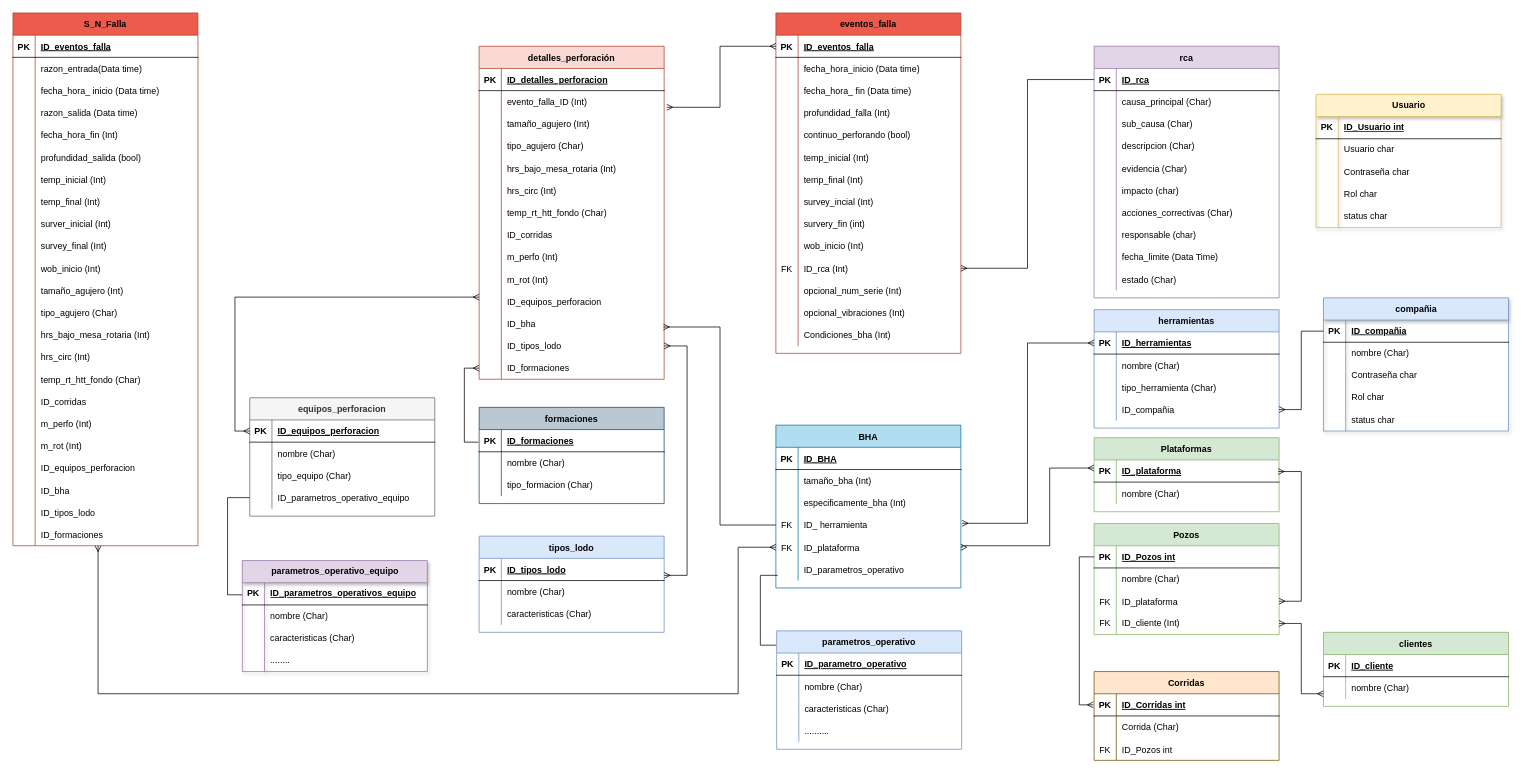
Earlier version of the draw.io diagram CofHerramientas.drawio (h8050/HP). Source tidied: cells renumbered, new cells numbered last; positions are measured from the earlier drawing's top-left corner, leaving out a move shared by most shapes. Both pictures are drawn from the tidied source at 74%, with x=0, y=0 at pixel (13, 13).
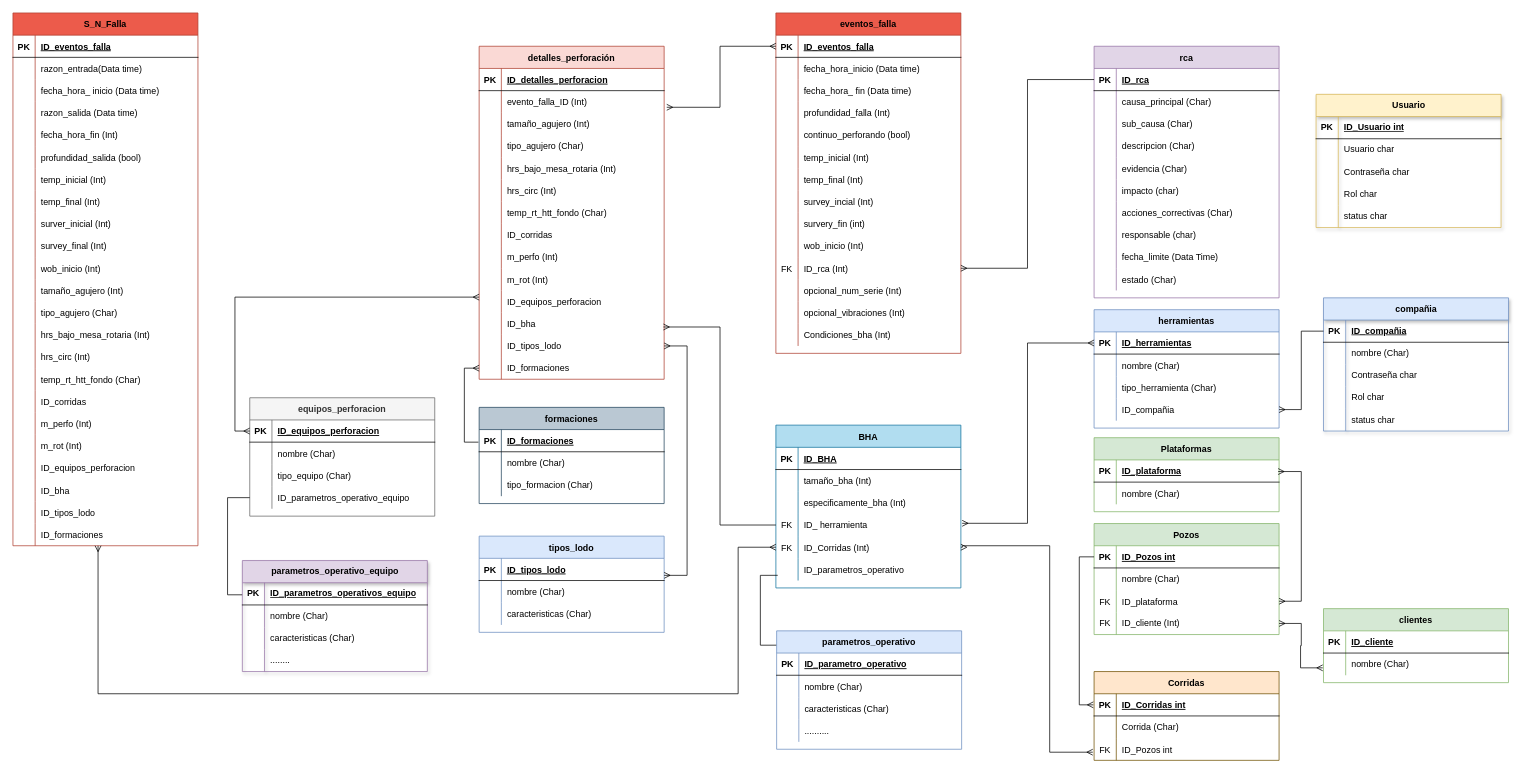
The same diagram, later.

Unchanged cells that the change refers to:
```xml
<mxCell id="173" style="shape=partialRectangle;fillColor=none;points=[[0,0.5],[1,0.5]];portConstraint=eastwest;top=0;left=0;right=0;bottom=1;" parent="172" vertex="1">
  <mxGeometry y="30" width="250" height="30" as="geometry" />
</mxCell>
<mxCell id="192" style="shape=partialRectangle;fillColor=none;points=[[0,0.5],[1,0.5]];portConstraint=eastwest;top=0;left=0;right=0;bottom=0;" parent="179" vertex="1">
  <mxGeometry y="150" width="250" height="30" as="geometry" />
</mxCell>
<mxCell id="224" style="shape=tableRow;horizontal=0;startSize=0;swimlaneHead=0;swimlaneBody=0;fillColor=none;points=[[0,0.5],[1,0.5]];portConstraint=eastwest;top=0;left=0;right=0;bottom=0;" parent="214" vertex="1">
  <mxGeometry y="120" width="250" height="30" as="geometry" />
</mxCell>
<mxCell id="236" style="shape=tableRow;horizontal=0;startSize=0;swimlaneHead=0;swimlaneBody=0;fillColor=none;points=[[0,0.5],[1,0.5]];portConstraint=eastwest;top=0;left=0;right=0;bottom=0;" parent="229" vertex="1">
  <mxGeometry y="90" width="250" height="30" as="geometry" />
</mxCell>
```

Change to the diagram source:
```diff
@@
     <mxCell id="165" value="clientes" style="shape=table;startSize=30;childLayout=tableLayout;rowLines=0;fontStyle=1;align=center;fillColor=#d5e8d4;strokeColor=#82b366;" parent="1" vertex="1">
-      <mxGeometry x="1771" y="837" width="250" height="100" as="geometry" />
+      <mxGeometry x="1771" y="805" width="250" height="100" as="geometry" />
     </mxCell>
@@
-    <mxCell id="194" value="ID_plataforma" style="shape=partialRectangle;overflow=hidden;fillColor=none;top=0;left=0;bottom=0;right=0;align=left;spacingLeft=6;" parent="192" vertex="1">
+    <mxCell id="194" value="ID_Corridas (Int)" style="shape=partialRectangle;overflow=hidden;fillColor=none;top=0;left=0;bottom=0;right=0;align=left;spacingLeft=6;" parent="192" vertex="1">
       <mxGeometry x="30" width="220" height="30" as="geometry" />
     </mxCell>
@@
     <mxCell id="227" style="edgeStyle=entityRelationEdgeStyle;fontSize=12;html=1;endArrow=ERmany;startArrow=ERmany;rounded=0;" parent="1" edge="1" source="224">
       <mxGeometry relative="1" as="geometry">
-        <mxPoint x="1771" y="920" as="targetPoint" />
+        <mxPoint x="1770" y="885" as="targetPoint" />
       </mxGeometry>
     </mxCell>
@@
-    <mxCell id="245" style="edgeStyle=orthogonalEdgeStyle;rounded=0;jettySize=auto;html=1;startArrow=ERmany;startFill=0;endArrow=ERmany;endFill=0;" parent="1" edge="1" source="173" target="192">
+    <mxCell id="245" style="edgeStyle=orthogonalEdgeStyle;rounded=0;jettySize=auto;html=1;startArrow=ERmany;startFill=0;endArrow=ERmany;endFill=0;exitX=-0.007;exitY=0.633;exitDx=0;exitDy=0;exitPerimeter=0;" parent="1" edge="1" source="236" target="192">
       <mxGeometry relative="1" as="geometry">
         <Array as="points">
-          <mxPoint x="1401" y="615" />
+          <mxPoint x="1401" y="999" />
           <mxPoint x="1401" y="720" />
           <mxPoint x="1283" y="720" />
           <mxPoint x="1283" y="722" />
         </Array>
       </mxGeometry>
     </mxCell>
```
